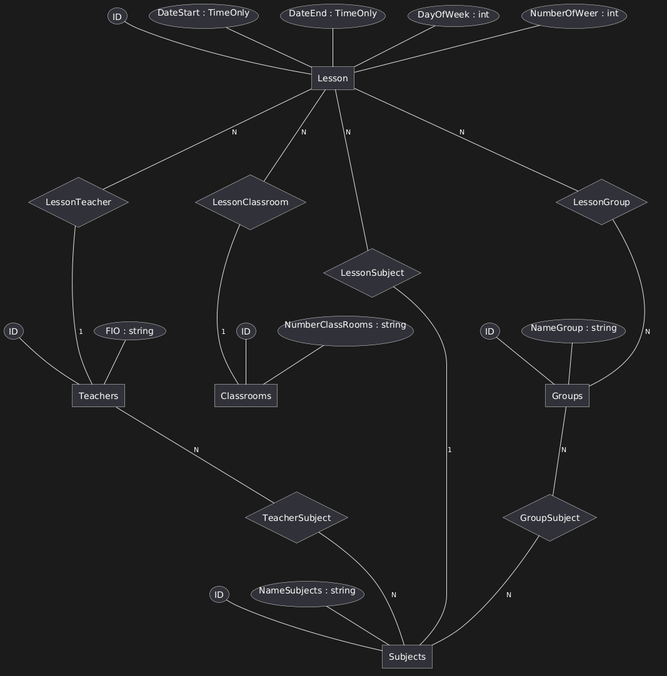
Earlier version of the PlantUML export ERdiagram/ERdiag.png (SirNicor/-PracticalTraining12.07.2026).
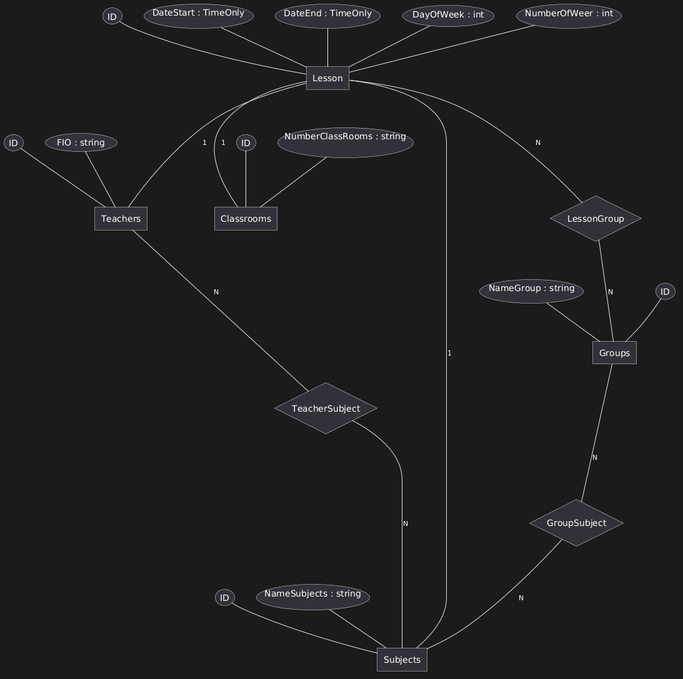
The same file after the commit.

Commit message:
Rework ER diag

What changed in the source:
```diff
@@ -26,28 +26,15 @@
     DateEnd : TimeOnly
     DayOfWeek : int
     NumberOfWeer : int
+    Lesson -1- Teachers
+    Lesson -1- Subjects
+    Lesson -1- Classrooms
 }
 
 relationship LessonGroup {
     Lesson -N- LessonGroup
     LessonGroup -N- Groups
 }
-
-relationship LessonTeacher {
-    Lesson -N- LessonTeacher
-    LessonTeacher -1- Teachers
-}
-
-relationship LessonSubject {
-    Lesson -N- LessonSubject
-    LessonSubject -1- Subjects
-}
-
-relationship LessonClassroom {
-    Lesson -N- LessonClassroom
-    LessonClassroom -1- Classrooms
-}
-
 relationship GroupSubject {
     Groups -N- GroupSubject
     GroupSubject -N- Subjects
```
